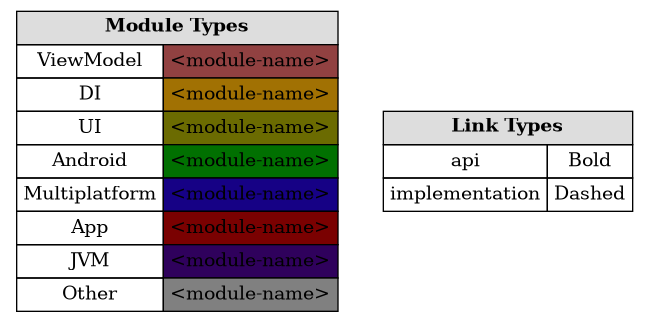
The Graphviz diagram atlas/legend.png in jonapoul/aktual, before a commit. Its source is kept beside it as atlas/legend.dot. Its diagram source:
```dot
digraph {
  node [shape=plaintext]
  modules [label=<
  <TABLE BORDER="0" CELLBORDER="1" CELLSPACING="0" CELLPADDING="4">
    <TR><TD COLSPAN="2" BGCOLOR="#DDDDDD"><B>Module Types</B></TD></TR>
    <TR><TD>ViewModel</TD><TD BGCOLOR="#914141">&lt;module-name&gt;</TD></TR>
    <TR><TD>DI</TD><TD BGCOLOR="#a17103">&lt;module-name&gt;</TD></TR>
    <TR><TD>UI</TD><TD BGCOLOR="#6b6b01">&lt;module-name&gt;</TD></TR>
    <TR><TD>Android</TD><TD BGCOLOR="#017001">&lt;module-name&gt;</TD></TR>
    <TR><TD>Multiplatform</TD><TD BGCOLOR="#160185">&lt;module-name&gt;</TD></TR>
    <TR><TD>App</TD><TD BGCOLOR="#7a0101">&lt;module-name&gt;</TD></TR>
    <TR><TD>JVM</TD><TD BGCOLOR="#2f015c">&lt;module-name&gt;</TD></TR>
    <TR><TD>Other</TD><TD BGCOLOR="#808080">&lt;module-name&gt;</TD></TR>
  </TABLE>
  >];
  links [label=<
  <TABLE BORDER="0" CELLBORDER="1" CELLSPACING="0" CELLPADDING="4">
    <TR><TD COLSPAN="2" BGCOLOR="#DDDDDD"><B>Link Types</B></TD></TR>
    <TR><TD>api</TD><TD>Bold</TD></TR>
    <TR><TD>implementation</TD><TD>Dashed</TD></TR>
  </TABLE>
  >];
}
```
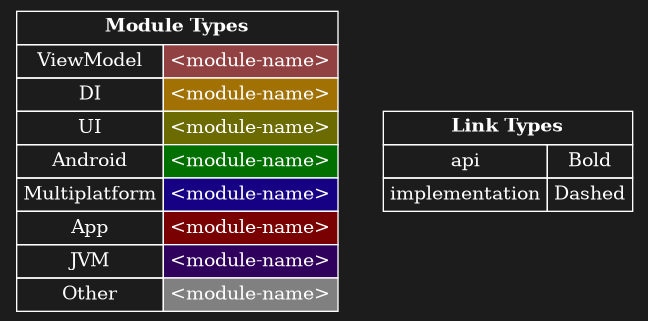
Above is the later version.

What changed in the source:
```diff
@@ -1,8 +1,10 @@
 digraph {
-  node [shape=plaintext]
+  node [shape="plaintext",style="filled",fontcolor="white",color="transparent"]
+  edge [arrowhead="normal",color="white"]
+  graph [bgcolor="#1c1c1c",rankdir="TB",ranksep="1.5"]
   modules [label=<
-  <TABLE BORDER="0" CELLBORDER="1" CELLSPACING="0" CELLPADDING="4">
-    <TR><TD COLSPAN="2" BGCOLOR="#DDDDDD"><B>Module Types</B></TD></TR>
+  <TABLE BORDER="0" CELLBORDER="1" CELLSPACING="0" CELLPADDING="4" COLOR="white">
+    <TR><TD COLSPAN="2"><B>Module Types</B></TD></TR>
     <TR><TD>ViewModel</TD><TD BGCOLOR="#914141">&lt;module-name&gt;</TD></TR>
     <TR><TD>DI</TD><TD BGCOLOR="#a17103">&lt;module-name&gt;</TD></TR>
     <TR><TD>UI</TD><TD BGCOLOR="#6b6b01">&lt;module-name&gt;</TD></TR>
@@ -14,8 +16,8 @@
   </TABLE>
   >];
   links [label=<
-  <TABLE BORDER="0" CELLBORDER="1" CELLSPACING="0" CELLPADDING="4">
-    <TR><TD COLSPAN="2" BGCOLOR="#DDDDDD"><B>Link Types</B></TD></TR>
+  <TABLE BORDER="0" CELLBORDER="1" CELLSPACING="0" CELLPADDING="4" COLOR="white">
+    <TR><TD COLSPAN="2"><B>Link Types</B></TD></TR>
     <TR><TD>api</TD><TD>Bold</TD></TR>
     <TR><TD>implementation</TD><TD>Dashed</TD></TR>
   </TABLE>
```
